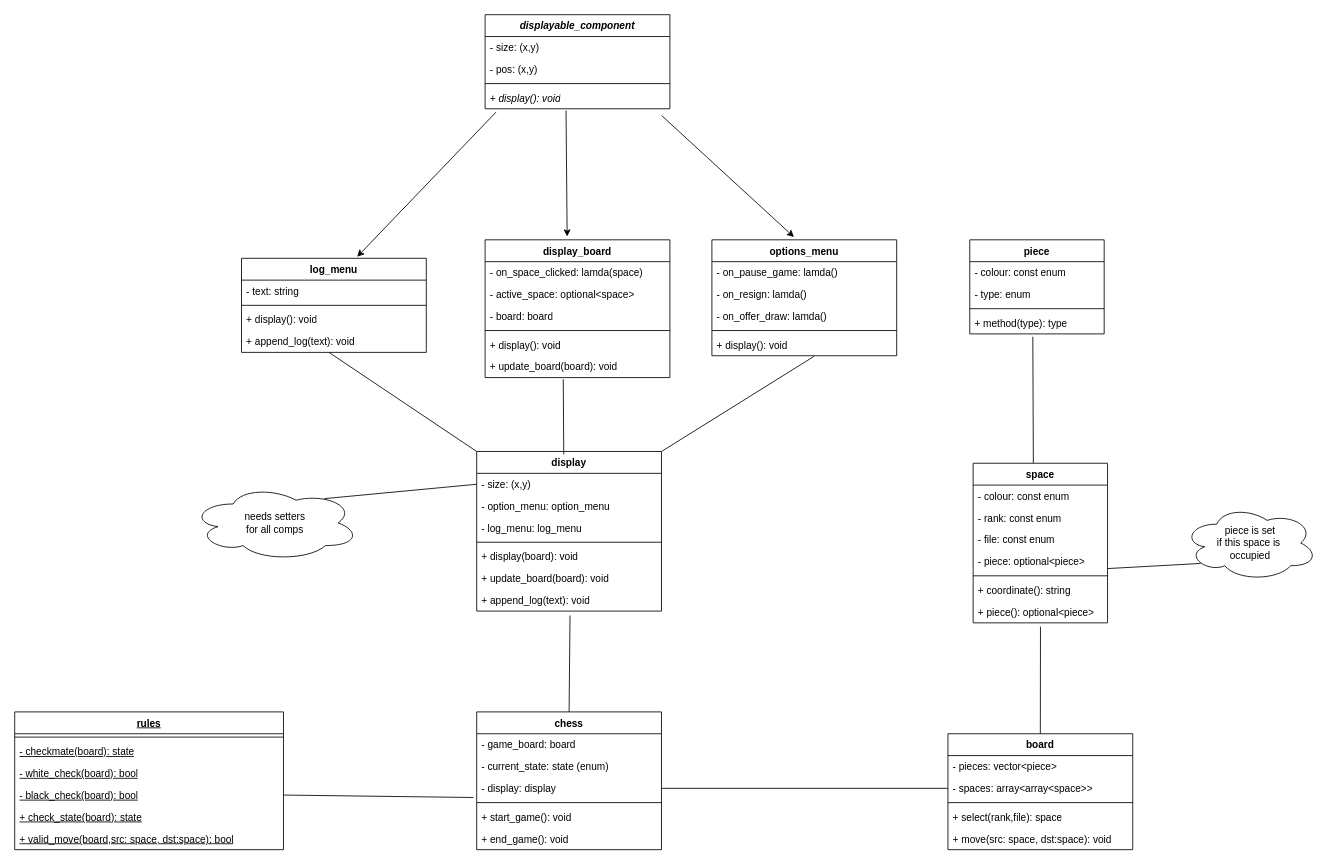
Above: docs/chess_schematic.drawio in MattBelanger321/Chess_CPP (draw.io), before the change. Source tidied: cells renumbered, new cells numbered last; positions are measured from the earlier drawing's top-left corner, leaving out a move shared by most shapes. Both pictures are drawn from the tidied source at 84%, with x=0, y=0 at pixel (14, 14).
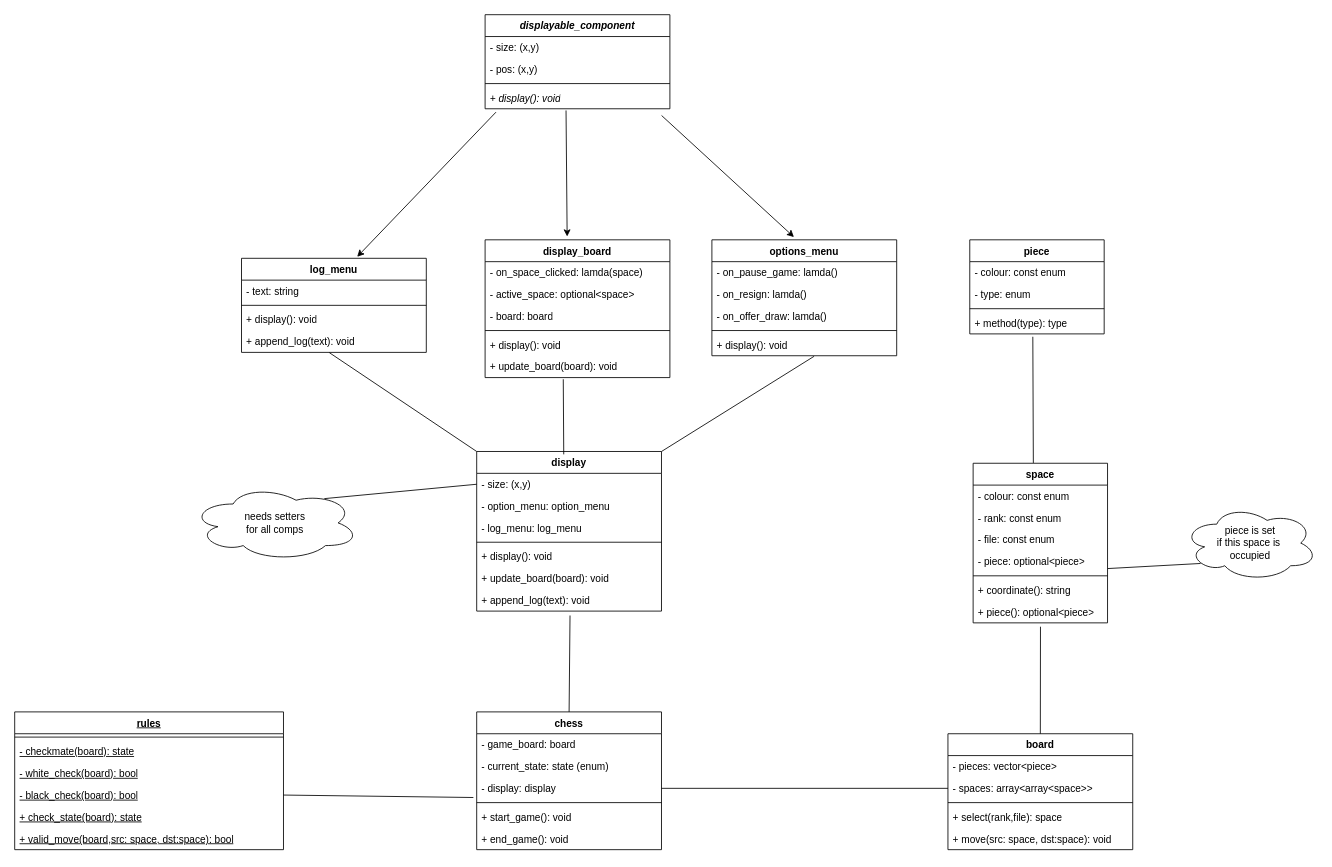
The same page after the edit.

Commit message (it also covers changes not shown here):
removed board from display function

The change refers to these unchanged cells:
```xml
<mxCell id="30" value="display" style="swimlane;fontStyle=1;align=center;verticalAlign=top;horizontal=1;startSize=26;whiteSpace=wrap;html=1;" parent="1" vertex="1">
  <mxGeometry x="550" y="520" width="220" height="190" as="geometry" />
</mxCell>
```

Diff of the diagram source:
```diff
@@
-    <mxCell id="35" value="+ display(board): void" style="text;strokeColor=none;fillColor=none;align=left;verticalAlign=top;spacingLeft=4;spacingRight=4;overflow=hidden;whiteSpace=wrap;html=1;" parent="30" vertex="1">
+    <mxCell id="35" value="+ display(): void" style="text;strokeColor=none;fillColor=none;align=left;verticalAlign=top;spacingLeft=4;spacingRight=4;overflow=hidden;whiteSpace=wrap;html=1;" parent="30" vertex="1">
       <mxGeometry y="112" width="220" height="26" as="geometry" />
     </mxCell>
```
